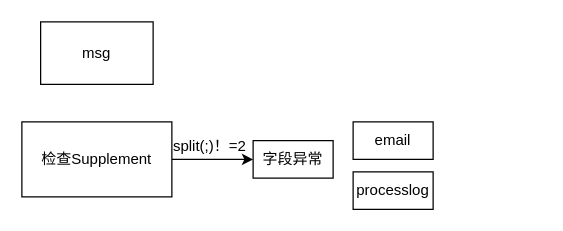
Echidnaaa/draw keeps this draw.io diagram as page "PrepayNotify" (2 of 2) of ctrip.drawio. Above is the earlier version. Source tidied: cells renumbered, new cells numbered last; positions are measured from the earlier drawing's top-left corner, leaving out a move shared by most shapes. Both pictures are drawn from the tidied source at 125%, with x=0, y=0 at pixel (21, 21).
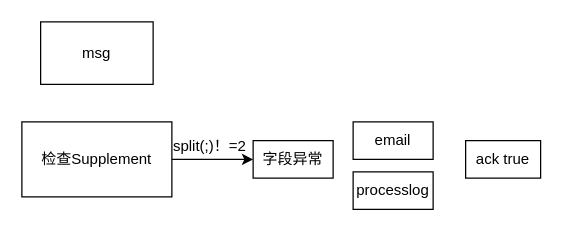
The same diagram, later.

What changed in the source:
```diff
@@
 <mxGraphModel>
   <root>
     <mxCell id="0" />
     <mxCell id="1" parent="0" />
     <mxCell id="2" value="msg" style="whiteSpace=wrap;html=1;rounded=0;sketch=0;" parent="1" vertex="1">
       <mxGeometry x="15" width="90" height="50" as="geometry" />
     </mxCell>
     <mxCell id="3" style="edgeStyle=orthogonalEdgeStyle;curved=0;rounded=1;sketch=0;jettySize=auto;html=1;" parent="1" edge="1" source="4" target="5">
       <mxGeometry relative="1" as="geometry" />
     </mxCell>
     <mxCell id="4" value="检查Supplement" style="rounded=0;whiteSpace=wrap;html=1;sketch=0;" parent="1" vertex="1">
       <mxGeometry y="80" width="120" height="60" as="geometry" />
     </mxCell>
     <mxCell id="5" value="字段异常" style="rounded=0;whiteSpace=wrap;html=1;sketch=0;" parent="1" vertex="1">
       <mxGeometry x="185" y="95" width="64" height="30" as="geometry" />
     </mxCell>
     <mxCell id="6" value="email" style="rounded=0;whiteSpace=wrap;html=1;sketch=0;" parent="1" vertex="1">
       <mxGeometry x="265" y="80" width="64" height="30" as="geometry" />
     </mxCell>
     <mxCell id="7" value="processlog" style="rounded=0;whiteSpace=wrap;html=1;sketch=0;" parent="1" vertex="1">
       <mxGeometry x="265" y="120" width="64" height="30" as="geometry" />
     </mxCell>
     <mxCell id="8" value="split(;)！=2" style="text;html=1;align=center;verticalAlign=middle;strokeColor=none;" parent="1" vertex="1">
       <mxGeometry x="115" y="90" width="70" height="20" as="geometry" />
     </mxCell>
+    <mxCell id="9" value="ack true" style="rounded=0;whiteSpace=wrap;html=1;sketch=0;" parent="1" vertex="1">
+      <mxGeometry x="355" y="95" width="60" height="30" as="geometry" />
+    </mxCell>
   </root>
 </mxGraphModel>
```
